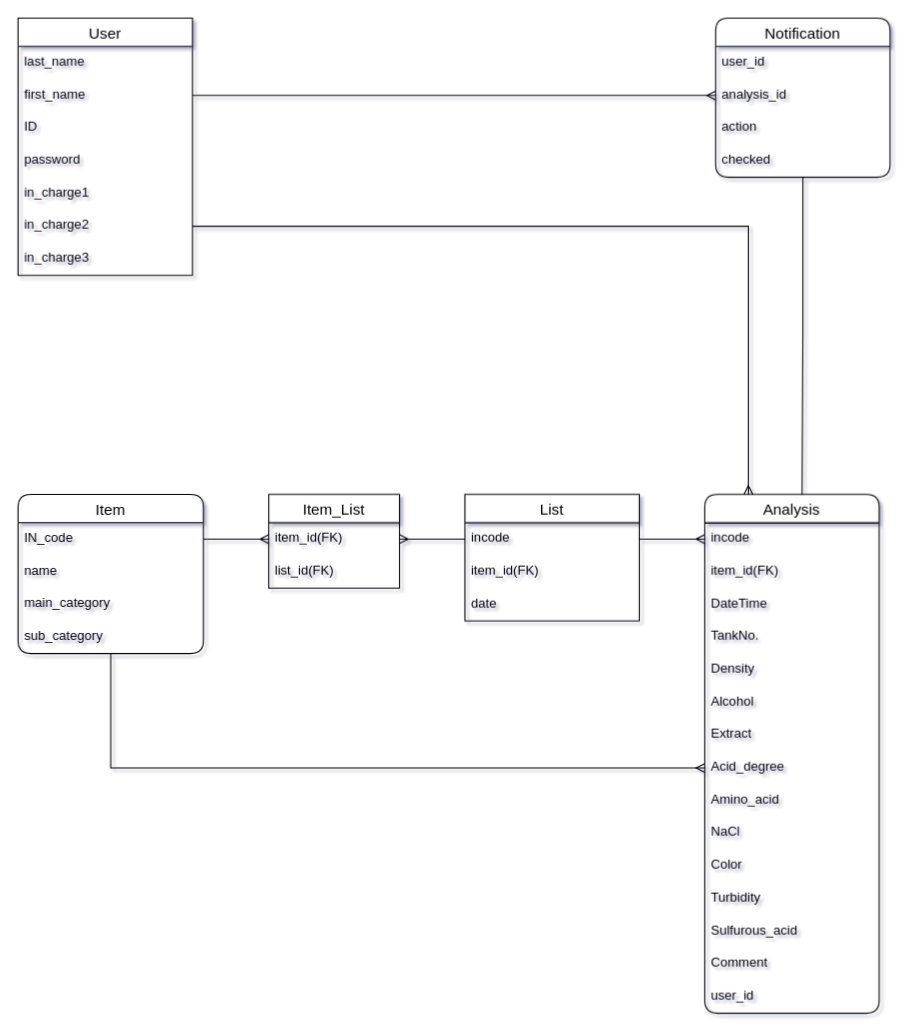
Above: ER.dio in yasu-wb/pf_BI (draw.io), before the change. Source tidied: cells renumbered, new cells numbered last; positions are measured from the earlier drawing's top-left corner, leaving out a move shared by most shapes. Both pictures are drawn from the tidied source at 109%, with x=0, y=0 at pixel (17, 17).
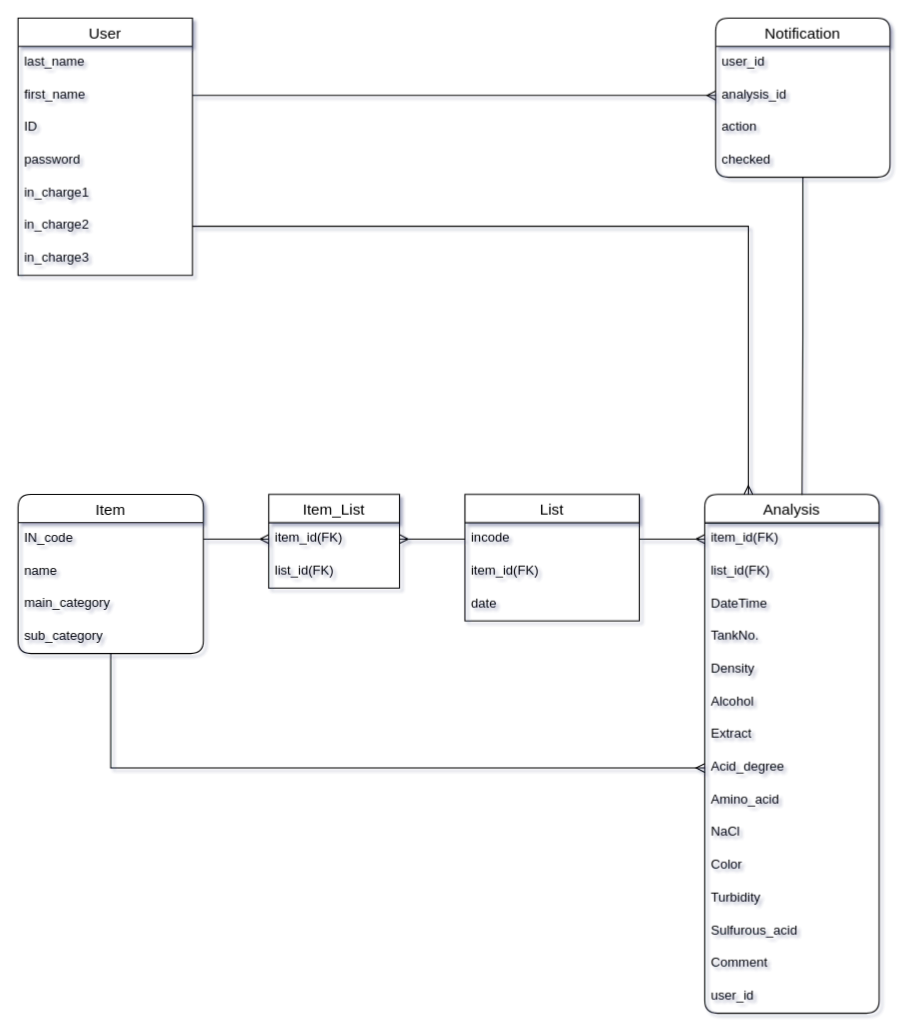
The same page after the edit.

The change refers to these unchanged cells:
```xml
<mxCell id="16" value="Analysis" style="swimlane;fontStyle=0;horizontal=1;startSize=26;align=center;fontSize=14;rounded=1;" parent="1" vertex="1">
  <mxGeometry x="630" y="437" width="160" height="476" as="geometry" />
</mxCell>
<mxCell id="41" value="incode" style="text;strokeColor=none;fillColor=none;spacingLeft=4;spacingRight=4;overflow=hidden;points=[[0,0.5],[1,0.5]];portConstraint=eastwest;fontSize=12;" parent="40" vertex="1">
  <mxGeometry y="26" width="160" height="30" as="geometry" />
</mxCell>
```

The edit, as a diff of the source:
```diff
@@
-    <mxCell id="17" value="incode" style="text;strokeColor=none;fillColor=none;spacingLeft=4;spacingRight=4;overflow=hidden;points=[[0,0.5],[1,0.5]];portConstraint=eastwest;fontSize=12;" parent="16" vertex="1">
-      <mxGeometry y="26" width="160" height="30" as="geometry" />
-    </mxCell>
     <mxCell id="18" value="item_id(FK)" style="text;strokeColor=none;fillColor=none;spacingLeft=4;spacingRight=4;overflow=hidden;fontSize=12;" parent="16" vertex="1">
-      <mxGeometry y="56" width="160" height="30" as="geometry" />
+      <mxGeometry y="26" width="160" height="30" as="geometry" />
     </mxCell>
+    <mxCell id="50" value="list_id(FK)" style="text;strokeColor=none;fillColor=none;spacingLeft=4;spacingRight=4;overflow=hidden;fontSize=12;" parent="16" vertex="1">
+      <mxGeometry y="56" width="160" height="30" as="geometry" />
+    </mxCell>
@@
-    <mxCell id="49" style="edgeStyle=orthogonalEdgeStyle;rounded=0;jettySize=auto;html=1;exitX=1;exitY=0.5;exitDx=0;exitDy=0;entryX=0;entryY=0.5;entryDx=0;entryDy=0;startArrow=none;startFill=0;endArrow=ERmany;endFill=0;" parent="1" edge="1" source="41" target="17">
-      <mxGeometry relative="1" as="geometry" />
+    <mxCell id="49" style="edgeStyle=orthogonalEdgeStyle;rounded=0;jettySize=auto;html=1;exitX=1;exitY=0.5;exitDx=0;exitDy=0;entryX=0;entryY=0.5;entryDx=0;entryDy=0;startArrow=none;startFill=0;endArrow=ERmany;endFill=0;" parent="1" edge="1" source="41">
+      <mxGeometry relative="1" as="geometry">
+        <mxPoint x="630" y="478" as="targetPoint" />
+      </mxGeometry>
     </mxCell>
```
